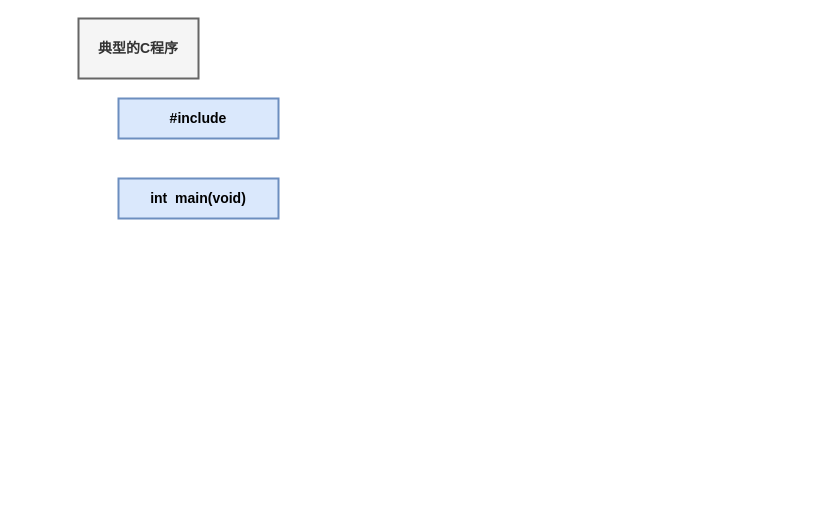
Above: page "C程序的结构" (2 of 3) of attach/draw_workspace/C.drawio in creatern/NoteBook (draw.io), before the change. Source tidied: cells renumbered, new cells numbered last; positions are measured from the earlier drawing's top-left corner, leaving out a move shared by most shapes. Both pictures are drawn from the tidied source at 100%, with x=0, y=0 at pixel (78, 18).
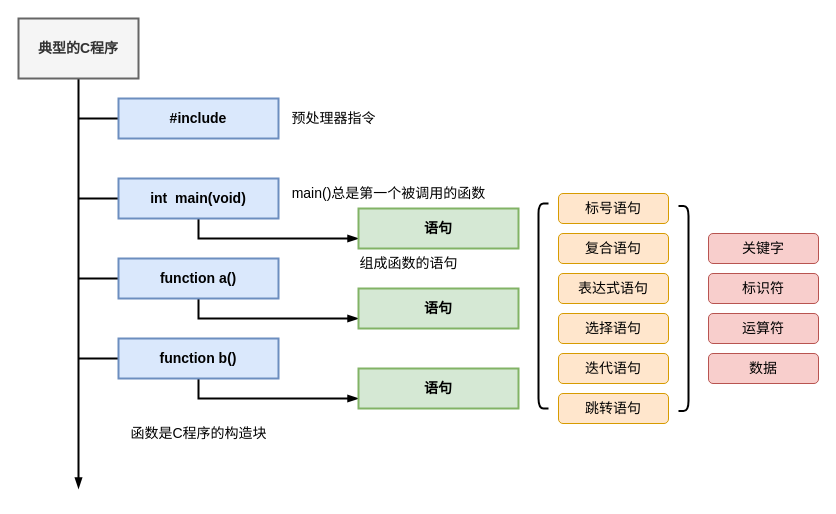
Above is the later version.

Unchanged cells that the change refers to:
```xml
<mxCell id="3" value="&lt;b style=&quot;font-size: 14px;&quot;&gt;#include&lt;/b&gt;" style="rounded=0;whiteSpace=wrap;html=1;fontFamily=Helvetica;fontSize=14;labelBackgroundColor=none;strokeWidth=2;fillColor=#dae8fc;strokeColor=#6c8ebf;" parent="1" vertex="1">
  <mxGeometry x="40" y="80" width="160" height="40" as="geometry" />
</mxCell>
<mxCell id="4" value="&lt;b style=&quot;font-size: 14px;&quot;&gt;int&amp;nbsp; main(void)&lt;/b&gt;" style="rounded=0;whiteSpace=wrap;html=1;fontFamily=Helvetica;fontSize=14;labelBackgroundColor=none;strokeWidth=2;fillColor=#dae8fc;strokeColor=#6c8ebf;" parent="1" vertex="1">
  <mxGeometry x="40" y="160" width="160" height="40" as="geometry" />
</mxCell>
```

The edit, as a diff of the source:
```diff
@@
+    <mxCell id="5" style="edgeStyle=orthogonalEdgeStyle;rounded=0;jettySize=auto;html=1;exitX=0.5;exitY=1;exitDx=0;exitDy=0;strokeColor=default;strokeWidth=2;align=center;verticalAlign=middle;fontFamily=Helvetica;fontSize=11;fontColor=default;labelBackgroundColor=default;endArrow=blockThin;endFill=1;" parent="1" edge="1" source="2">
+      <mxGeometry relative="1" as="geometry">
+        <mxPoint y="470" as="targetPoint" />
+      </mxGeometry>
+    </mxCell>
     <mxCell id="2" value="&lt;b style=&quot;font-size: 14px;&quot;&gt;典型的C程序&lt;/b&gt;" style="rounded=0;whiteSpace=wrap;html=1;fontFamily=Helvetica;fontSize=14;fontColor=#333333;labelBackgroundColor=none;strokeWidth=2;fillColor=#f5f5f5;strokeColor=#666666;" parent="1" vertex="1">
-      <mxGeometry width="120" height="60" as="geometry" />
+      <mxGeometry x="-60" width="120" height="60" as="geometry" />
     </mxCell>
+    <mxCell id="6" style="edgeStyle=orthogonalEdgeStyle;rounded=0;jettySize=auto;html=1;exitX=0;exitY=0.5;exitDx=0;exitDy=0;strokeColor=default;strokeWidth=2;align=center;verticalAlign=middle;fontFamily=Helvetica;fontSize=11;fontColor=default;labelBackgroundColor=default;endArrow=none;endFill=0;" parent="1" edge="1" source="3">
+      <mxGeometry relative="1" as="geometry">
+        <mxPoint y="100" as="targetPoint" />
+      </mxGeometry>
+    </mxCell>
@@
+    <mxCell id="7" style="edgeStyle=orthogonalEdgeStyle;rounded=0;jettySize=auto;html=1;exitX=0.5;exitY=1;exitDx=0;exitDy=0;entryX=0;entryY=0.75;entryDx=0;entryDy=0;strokeColor=default;strokeWidth=2;align=center;verticalAlign=middle;fontFamily=Helvetica;fontSize=11;fontColor=default;labelBackgroundColor=default;endArrow=blockThin;endFill=1;" parent="1" edge="1" source="4" target="17">
+      <mxGeometry relative="1" as="geometry" />
+    </mxCell>
+    <mxCell id="8" style="edgeStyle=orthogonalEdgeStyle;rounded=0;jettySize=auto;html=1;exitX=0;exitY=0.5;exitDx=0;exitDy=0;strokeColor=default;strokeWidth=2;align=center;verticalAlign=middle;fontFamily=Helvetica;fontSize=11;fontColor=default;labelBackgroundColor=default;endArrow=none;endFill=0;" parent="1" edge="1" source="4">
+      <mxGeometry relative="1" as="geometry">
+        <mxPoint y="180" as="targetPoint" />
+      </mxGeometry>
+    </mxCell>
@@
+    <mxCell id="9" style="edgeStyle=orthogonalEdgeStyle;rounded=0;jettySize=auto;html=1;exitX=0.5;exitY=1;exitDx=0;exitDy=0;entryX=0;entryY=0.75;entryDx=0;entryDy=0;strokeColor=default;strokeWidth=2;align=center;verticalAlign=middle;fontFamily=Helvetica;fontSize=11;fontColor=default;labelBackgroundColor=default;endArrow=blockThin;endFill=1;" parent="1" edge="1" source="11" target="15">
+      <mxGeometry relative="1" as="geometry" />
+    </mxCell>
+    <mxCell id="10" style="edgeStyle=orthogonalEdgeStyle;rounded=0;jettySize=auto;html=1;exitX=0;exitY=0.5;exitDx=0;exitDy=0;strokeColor=default;strokeWidth=2;align=center;verticalAlign=middle;fontFamily=Helvetica;fontSize=11;fontColor=default;labelBackgroundColor=default;endArrow=none;endFill=0;" parent="1" edge="1" source="11">
+      <mxGeometry relative="1" as="geometry">
+        <mxPoint y="260" as="targetPoint" />
+      </mxGeometry>
+    </mxCell>
+    <mxCell id="11" value="&lt;b style=&quot;font-size: 14px;&quot;&gt;function a()&lt;/b&gt;" style="rounded=0;whiteSpace=wrap;html=1;fontFamily=Helvetica;fontSize=14;labelBackgroundColor=none;strokeWidth=2;fillColor=#dae8fc;strokeColor=#6c8ebf;" parent="1" vertex="1">
+      <mxGeometry x="40" y="240" width="160" height="40" as="geometry" />
+    </mxCell>
+    <mxCell id="12" style="edgeStyle=orthogonalEdgeStyle;rounded=0;jettySize=auto;html=1;exitX=0.5;exitY=1;exitDx=0;exitDy=0;entryX=0;entryY=0.75;entryDx=0;entryDy=0;strokeColor=default;strokeWidth=2;align=center;verticalAlign=middle;fontFamily=Helvetica;fontSize=11;fontColor=default;labelBackgroundColor=default;endArrow=blockThin;endFill=1;" parent="1" edge="1" source="14" target="16">
+      <mxGeometry relative="1" as="geometry" />
+    </mxCell>
+    <mxCell id="13" style="edgeStyle=orthogonalEdgeStyle;rounded=0;jettySize=auto;html=1;exitX=0;exitY=0.5;exitDx=0;exitDy=0;strokeColor=default;strokeWidth=2;align=center;verticalAlign=middle;fontFamily=Helvetica;fontSize=11;fontColor=default;labelBackgroundColor=default;endArrow=none;endFill=0;" parent="1" edge="1" source="14">
+      <mxGeometry relative="1" as="geometry">
+        <mxPoint y="340" as="targetPoint" />
+      </mxGeometry>
+    </mxCell>
+    <mxCell id="14" value="&lt;b style=&quot;font-size: 14px;&quot;&gt;function b()&lt;/b&gt;" style="rounded=0;whiteSpace=wrap;html=1;fontFamily=Helvetica;fontSize=14;labelBackgroundColor=none;strokeWidth=2;fillColor=#dae8fc;strokeColor=#6c8ebf;" parent="1" vertex="1">
+      <mxGeometry x="40" y="320" width="160" height="40" as="geometry" />
+    </mxCell>
+    <mxCell id="15" value="&lt;b style=&quot;font-size: 14px;&quot;&gt;语句&lt;/b&gt;" style="rounded=0;whiteSpace=wrap;html=1;fontFamily=Helvetica;fontSize=14;labelBackgroundColor=none;strokeWidth=2;fillColor=#d5e8d4;strokeColor=#82b366;" parent="1" vertex="1">
+      <mxGeometry x="280" y="270" width="160" height="40" as="geometry" />
+    </mxCell>
+    <mxCell id="16" value="&lt;b style=&quot;font-size: 14px;&quot;&gt;语句&lt;/b&gt;" style="rounded=0;whiteSpace=wrap;html=1;fontFamily=Helvetica;fontSize=14;labelBackgroundColor=none;strokeWidth=2;fillColor=#d5e8d4;strokeColor=#82b366;" parent="1" vertex="1">
+      <mxGeometry x="280" y="350" width="160" height="40" as="geometry" />
+    </mxCell>
+    <mxCell id="17" value="&lt;b style=&quot;font-size: 14px;&quot;&gt;语句&lt;/b&gt;" style="rounded=0;whiteSpace=wrap;html=1;fontFamily=Helvetica;fontSize=14;labelBackgroundColor=none;strokeWidth=2;fillColor=#d5e8d4;strokeColor=#82b366;" parent="1" vertex="1">
+      <mxGeometry x="280" y="190" width="160" height="40" as="geometry" />
+    </mxCell>
+    <mxCell id="18" value="main()总是第一个被调用的函数" style="text;html=1;align=center;verticalAlign=middle;strokeColor=none;fillColor=none;fontFamily=Helvetica;fontSize=14;fontColor=default;labelBackgroundColor=none;strokeWidth=5;" parent="1" vertex="1">
+      <mxGeometry x="200" y="160" width="220" height="30" as="geometry" />
+    </mxCell>
+    <mxCell id="19" value="预处理器指令" style="text;html=1;align=center;verticalAlign=middle;strokeColor=none;fillColor=none;fontFamily=Helvetica;fontSize=14;fontColor=default;labelBackgroundColor=none;strokeWidth=5;" parent="1" vertex="1">
+      <mxGeometry x="200" y="85" width="110" height="30" as="geometry" />
+    </mxCell>
+    <mxCell id="20" value="函数是C程序的构造块" style="text;html=1;align=center;verticalAlign=middle;strokeColor=none;fillColor=none;fontFamily=Helvetica;fontSize=14;fontColor=default;labelBackgroundColor=none;strokeWidth=5;" parent="1" vertex="1">
+      <mxGeometry x="40" y="400" width="160" height="30" as="geometry" />
+    </mxCell>
+    <mxCell id="21" value="组成函数的语句" style="text;html=1;align=center;verticalAlign=middle;strokeColor=none;fillColor=none;fontFamily=Helvetica;fontSize=14;fontColor=default;labelBackgroundColor=none;strokeWidth=5;" parent="1" vertex="1">
+      <mxGeometry x="270" y="230" width="120" height="30" as="geometry" />
+    </mxCell>
+    <mxCell id="22" value="标号语句" style="rounded=1;whiteSpace=wrap;html=1;fontFamily=Helvetica;fontSize=14;labelBackgroundColor=none;fillColor=#ffe6cc;strokeColor=#d79b00;" parent="1" vertex="1">
+      <mxGeometry x="480" y="175" width="110" height="30" as="geometry" />
+    </mxCell>
+    <mxCell id="23" value="复合语句" style="rounded=1;whiteSpace=wrap;html=1;fontFamily=Helvetica;fontSize=14;labelBackgroundColor=none;fillColor=#ffe6cc;strokeColor=#d79b00;" parent="1" vertex="1">
+      <mxGeometry x="480" y="215" width="110" height="30" as="geometry" />
+    </mxCell>
+    <mxCell id="24" value="表达式语句" style="rounded=1;whiteSpace=wrap;html=1;fontFamily=Helvetica;fontSize=14;labelBackgroundColor=none;fillColor=#ffe6cc;strokeColor=#d79b00;" parent="1" vertex="1">
+      <mxGeometry x="480" y="255" width="110" height="30" as="geometry" />
+    </mxCell>
+    <mxCell id="25" value="选择语句" style="rounded=1;whiteSpace=wrap;html=1;fontFamily=Helvetica;fontSize=14;labelBackgroundColor=none;fillColor=#ffe6cc;strokeColor=#d79b00;" parent="1" vertex="1">
+      <mxGeometry x="480" y="295" width="110" height="30" as="geometry" />
+    </mxCell>
+    <mxCell id="26" value="迭代语句" style="rounded=1;whiteSpace=wrap;html=1;fontFamily=Helvetica;fontSize=14;labelBackgroundColor=none;fillColor=#ffe6cc;strokeColor=#d79b00;" parent="1" vertex="1">
+      <mxGeometry x="480" y="335" width="110" height="30" as="geometry" />
+    </mxCell>
+    <mxCell id="27" value="跳转语句" style="rounded=1;whiteSpace=wrap;html=1;fontFamily=Helvetica;fontSize=14;labelBackgroundColor=none;fillColor=#ffe6cc;strokeColor=#d79b00;" parent="1" vertex="1">
+      <mxGeometry x="480" y="375" width="110" height="30" as="geometry" />
+    </mxCell>
+    <mxCell id="28" style="shape=curlyBracket;whiteSpace=wrap;html=1;rounded=1;labelPosition=left;verticalLabelPosition=middle;align=right;verticalAlign=middle;fontFamily=Helvetica;fontSize=11;fontColor=default;labelBackgroundColor=default;size=0;strokeWidth=2;" parent="1" vertex="1">
+      <mxGeometry x="460" y="185" width="10" height="205" as="geometry" />
+    </mxCell>
+    <mxCell id="29" style="shape=curlyBracket;whiteSpace=wrap;html=1;rounded=1;labelPosition=left;verticalLabelPosition=middle;align=right;verticalAlign=middle;fontFamily=Helvetica;fontSize=11;fontColor=default;labelBackgroundColor=default;size=0;strokeWidth=2;rotation=-180;" parent="1" vertex="1">
+      <mxGeometry x="600" y="187.5" width="10" height="205" as="geometry" />
+    </mxCell>
+    <mxCell id="30" value="关键字" style="rounded=1;whiteSpace=wrap;html=1;fontFamily=Helvetica;fontSize=14;labelBackgroundColor=none;fillColor=#f8cecc;strokeColor=#b85450;" parent="1" vertex="1">
+      <mxGeometry x="630" y="215" width="110" height="30" as="geometry" />
+    </mxCell>
+    <mxCell id="31" value="标识符" style="rounded=1;whiteSpace=wrap;html=1;fontFamily=Helvetica;fontSize=14;labelBackgroundColor=none;fillColor=#f8cecc;strokeColor=#b85450;" parent="1" vertex="1">
+      <mxGeometry x="630" y="255" width="110" height="30" as="geometry" />
+    </mxCell>
+    <mxCell id="32" value="运算符" style="rounded=1;whiteSpace=wrap;html=1;fontFamily=Helvetica;fontSize=14;labelBackgroundColor=none;fillColor=#f8cecc;strokeColor=#b85450;" parent="1" vertex="1">
+      <mxGeometry x="630" y="295" width="110" height="30" as="geometry" />
+    </mxCell>
+    <mxCell id="33" value="数据" style="rounded=1;whiteSpace=wrap;html=1;fontFamily=Helvetica;fontSize=14;labelBackgroundColor=none;fillColor=#f8cecc;strokeColor=#b85450;" parent="1" vertex="1">
+      <mxGeometry x="630" y="335" width="110" height="30" as="geometry" />
+    </mxCell>
```
